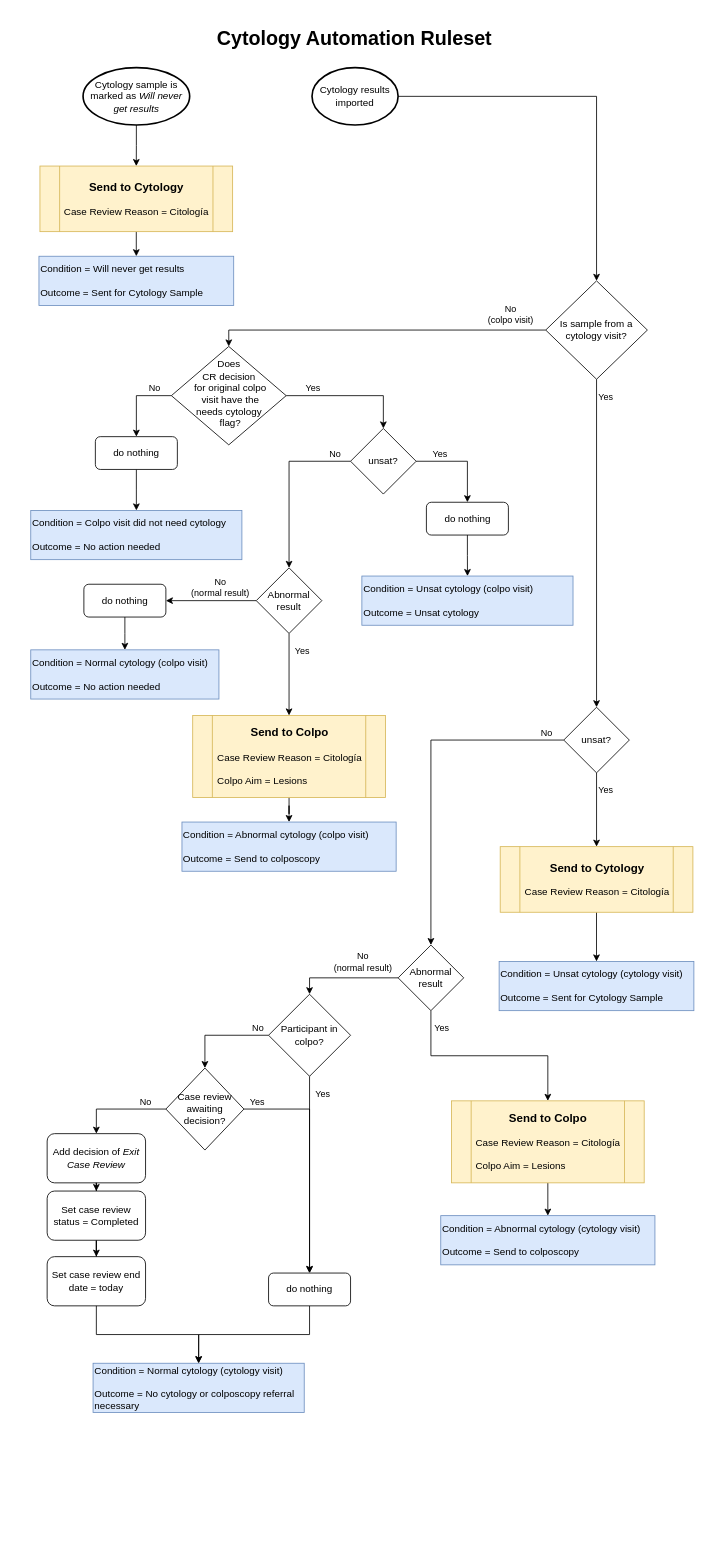
Before: Cytology algorithm.drawio in stealthv/aurora-algorithms, a draw.io diagram. Source tidied: cells renumbered, new cells numbered last; positions are measured from the earlier drawing's top-left corner, leaving out a move shared by most shapes. Both pictures are drawn from the tidied source at 82%, with x=0, y=0 at pixel (14, 26).
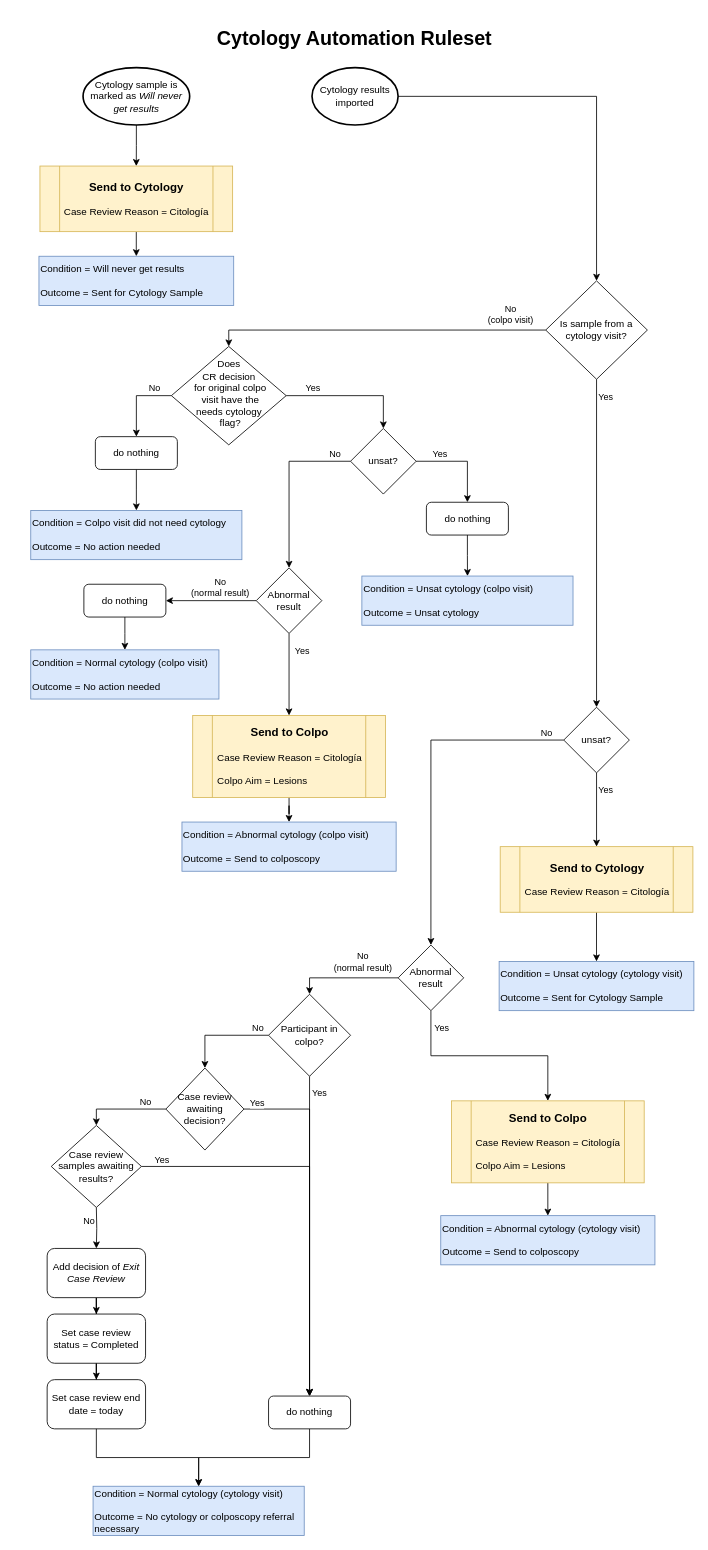
After the change.

The change refers to these unchanged cells:
```xml
<mxCell id="20" style="edgeStyle=orthogonalEdgeStyle;rounded=0;jettySize=auto;html=1;entryX=0.5;entryY=0;entryDx=0;entryDy=0;" parent="1" edge="1" source="24" target="38">
  <mxGeometry relative="1" as="geometry" />
</mxCell>
<mxCell id="25" style="edgeStyle=orthogonalEdgeStyle;rounded=0;jettySize=auto;html=1;entryX=0.5;entryY=0;entryDx=0;entryDy=0;" parent="1" edge="1" source="29" target="38">
  <mxGeometry relative="1" as="geometry" />
</mxCell>
<mxCell id="29" value="Case review awaiting decision?" style="rhombus;whiteSpace=wrap;html=1;" parent="1" vertex="1">
  <mxGeometry x="184.8" y="1270" width="95.2" height="100" as="geometry" />
</mxCell>
```

Diff of the diagram source:
```diff
@@
     <mxCell id="21" value="Yes" style="edgeLabel;html=1;align=center;verticalAlign=middle;" parent="20" vertex="1">
       <mxGeometry x="-0.31" y="1" relative="1" as="geometry">
-        <mxPoint x="14" y="-62" as="offset" />
+        <mxPoint x="10" y="-115" as="offset" />
       </mxGeometry>
     </mxCell>
@@
     <mxCell id="26" value="Yes" style="edgeLabel;html=1;align=center;verticalAlign=middle;" parent="25" vertex="1">
       <mxGeometry x="-0.33" y="3" relative="1" as="geometry">
-        <mxPoint x="-68" y="-23" as="offset" />
+        <mxPoint x="-68" y="-72" as="offset" />
       </mxGeometry>
     </mxCell>
-    <mxCell id="27" style="edgeStyle=orthogonalEdgeStyle;rounded=0;jettySize=auto;html=1;entryX=0.5;entryY=0;entryDx=0;entryDy=0;" parent="1" edge="1" source="29" target="31">
-      <mxGeometry relative="1" as="geometry" />
+    <mxCell id="27" style="edgeStyle=orthogonalEdgeStyle;rounded=0;jettySize=auto;html=1;entryX=0.5;entryY=0;entryDx=0;entryDy=0;" parent="1" edge="1" target="31">
+      <mxGeometry relative="1" as="geometry">
+        <mxPoint x="100" y="1440" as="sourcePoint" />
+      </mxGeometry>
     </mxCell>
-    <mxCell id="28" value="No" style="edgeLabel;html=1;align=center;verticalAlign=middle;" parent="27" vertex="1">
-      <mxGeometry x="-0.2" y="-1" relative="1" as="geometry">
-        <mxPoint x="21" y="-9" as="offset" />
-      </mxGeometry>
-    </mxCell>
+    <mxCell id="77" value="No" style="edgeLabel;html=1;align=center;verticalAlign=middle;" parent="27" vertex="1">
+      <mxGeometry x="-0.5" relative="1" as="geometry">
+        <mxPoint x="-10" y="4" as="offset" />
+      </mxGeometry>
+    </mxCell>
@@
     <mxCell id="31" value="Add decision of &lt;i&gt;Exit Case Review&lt;/i&gt;" style="rounded=1;whiteSpace=wrap;html=1;" parent="1" vertex="1">
-      <mxGeometry x="40" y="1350" width="120" height="60" as="geometry" />
+      <mxGeometry x="40" y="1490" width="120" height="60" as="geometry" />
     </mxCell>
@@
     <mxCell id="33" value="Set case review status = Completed" style="rounded=1;whiteSpace=wrap;html=1;" parent="1" vertex="1">
-      <mxGeometry x="40" y="1420" width="120" height="60" as="geometry" />
+      <mxGeometry x="40" y="1570" width="120" height="60" as="geometry" />
     </mxCell>
     <mxCell id="34" value="Set case review end date = today" style="rounded=1;whiteSpace=wrap;html=1;" parent="1" vertex="1">
-      <mxGeometry x="40" y="1500" width="120" height="60" as="geometry" />
+      <mxGeometry x="40" y="1650" width="120" height="60" as="geometry" />
     </mxCell>
     <mxCell id="35" value="Condition = Normal cytology (cytology visit)&lt;div&gt;&lt;span style=&quot;&quot;&gt;&lt;br&gt;&lt;/span&gt;&lt;/div&gt;&lt;div&gt;&lt;span style=&quot;&quot;&gt;Outcome =&amp;nbsp;&lt;/span&gt;No cytology or colposcopy referral necessary&lt;/div&gt;" style="rounded=0;whiteSpace=wrap;html=1;align=left;labelBackgroundColor=none;fillColor=#dae8fc;strokeColor=#6c8ebf;" parent="1" vertex="1">
-      <mxGeometry x="96" y="1630" width="257.5" height="60" as="geometry" />
+      <mxGeometry x="96" y="1780" width="257.5" height="60" as="geometry" />
     </mxCell>
@@
     <mxCell id="38" value="do nothing" style="rounded=1;whiteSpace=wrap;html=1;" parent="1" vertex="1">
-      <mxGeometry x="310" y="1520" width="100" height="40" as="geometry" />
+      <mxGeometry x="310" y="1670" width="100" height="40" as="geometry" />
     </mxCell>
@@
+    <mxCell id="78" style="edgeStyle=orthogonalEdgeStyle;rounded=0;jettySize=auto;html=1;entryX=0.5;entryY=0;entryDx=0;entryDy=0;" parent="1" edge="1" source="29" target="82">
+      <mxGeometry relative="1" as="geometry" />
+    </mxCell>
+    <mxCell id="79" value="No" style="edgeLabel;html=1;align=center;verticalAlign=middle;" parent="78" vertex="1">
+      <mxGeometry x="-0.2" y="-1" relative="1" as="geometry">
+        <mxPoint x="17" y="-8" as="offset" />
+      </mxGeometry>
+    </mxCell>
+    <mxCell id="80" style="edgeStyle=orthogonalEdgeStyle;rounded=0;jettySize=auto;html=1;entryX=0.5;entryY=0;entryDx=0;entryDy=0;" parent="1" edge="1" source="82" target="38">
+      <mxGeometry relative="1" as="geometry" />
+    </mxCell>
+    <mxCell id="81" value="Yes" style="edgeLabel;html=1;align=center;verticalAlign=middle;" parent="80" vertex="1">
+      <mxGeometry x="-0.9" y="2" relative="1" as="geometry">
+        <mxPoint y="-7" as="offset" />
+      </mxGeometry>
+    </mxCell>
+    <mxCell id="82" value="Case review samples awaiting results?" style="rhombus;whiteSpace=wrap;html=1;" parent="1" vertex="1">
+      <mxGeometry x="45" y="1340" width="110" height="100" as="geometry" />
+    </mxCell>
```
